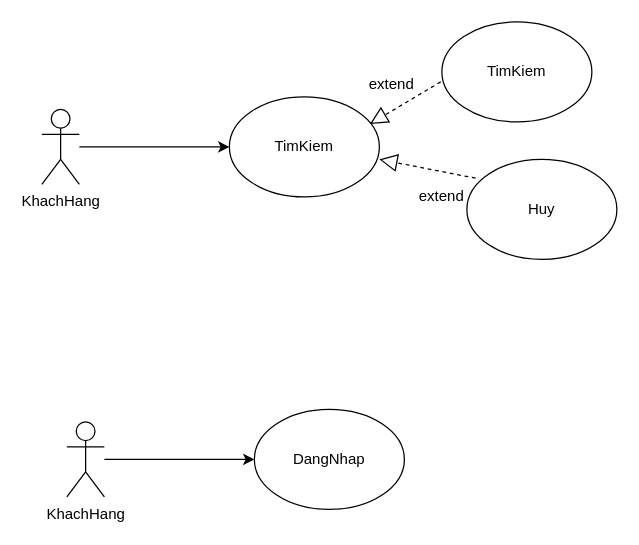
phamhieudev/BatDongSan keeps this draw.io diagram as page "timkiemuser" (3 of 19) of usecasetongquatbds.drawio. Above is the earlier version. Source tidied: cells renumbered, new cells numbered last; positions are measured from the earlier drawing's top-left corner, leaving out a move shared by most shapes. Both pictures are drawn from the tidied source at 125%, with x=0, y=0 at pixel (41, 21).
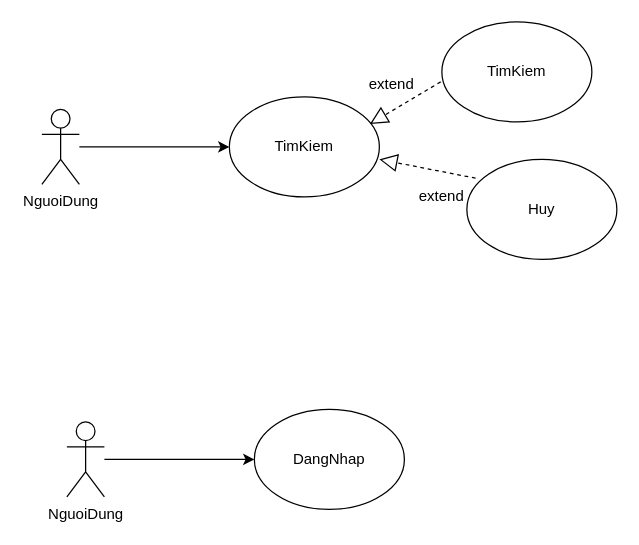
The same diagram, later.

Diff of the diagram source:
```diff
@@
 <mxGraphModel>
   <root>
     <mxCell id="0" />
     <mxCell id="1" parent="0" />
-    <mxCell id="2" value="KhachHang" style="shape=umlActor;verticalLabelPosition=bottom;verticalAlign=top;html=1;outlineConnect=0;" parent="1" vertex="1">
+    <mxCell id="2" value="NguoiDung" style="shape=umlActor;verticalLabelPosition=bottom;verticalAlign=top;html=1;outlineConnect=0;" parent="1" vertex="1">
       <mxGeometry y="70" width="30" height="60" as="geometry" />
     </mxCell>
     <mxCell id="3" value="TimKiem" style="ellipse;whiteSpace=wrap;html=1;" parent="1" vertex="1">
       <mxGeometry x="150" y="60" width="120" height="80" as="geometry" />
     </mxCell>
     <mxCell id="4" style="endArrow=classic;html=1;entryX=0;entryY=0.5;entryDx=0;entryDy=0;" parent="1" edge="1" source="2" target="3">
       <mxGeometry relative="1" as="geometry" />
     </mxCell>
     <mxCell id="5" value="TimKiem" style="ellipse;whiteSpace=wrap;html=1;" parent="1" vertex="1">
       <mxGeometry x="320" width="120" height="80" as="geometry" />
     </mxCell>
     <mxCell id="6" value="Huy" style="ellipse;whiteSpace=wrap;html=1;" parent="1" vertex="1">
       <mxGeometry x="340" y="110" width="120" height="80" as="geometry" />
     </mxCell>
     <mxCell id="7" style="endArrow=block;dashed=1;endFill=0;endSize=12;html=1;entryX=1;entryY=0;entryDx=0;entryDy=0;exitX=-0.008;exitY=0.6;exitDx=0;exitDy=0;exitPerimeter=0;" parent="1" edge="1" source="5">
       <mxGeometry relative="1" as="geometry">
         <mxPoint x="262.4" y="81.7" as="targetPoint" />
       </mxGeometry>
     </mxCell>
     <mxCell id="8" style="endArrow=block;dashed=1;endFill=0;endSize=12;html=1;entryX=1;entryY=0.625;entryDx=0;entryDy=0;exitX=0.058;exitY=0.188;exitDx=0;exitDy=0;exitPerimeter=0;entryPerimeter=0;" parent="1" edge="1" source="6" target="3">
       <mxGeometry relative="1" as="geometry" />
     </mxCell>
     <mxCell id="9" value="extend" style="text;html=1;strokeColor=none;fillColor=none;align=center;verticalAlign=middle;whiteSpace=wrap;rounded=0;" parent="1" vertex="1">
       <mxGeometry x="260" y="40" width="40" height="20" as="geometry" />
     </mxCell>
     <mxCell id="10" value="extend" style="text;html=1;strokeColor=none;fillColor=none;align=center;verticalAlign=middle;whiteSpace=wrap;rounded=0;" parent="1" vertex="1">
       <mxGeometry x="300" y="130" width="40" height="20" as="geometry" />
     </mxCell>
-    <mxCell id="11" value="KhachHang" style="shape=umlActor;verticalLabelPosition=bottom;verticalAlign=top;html=1;outlineConnect=0;" parent="1" vertex="1">
+    <mxCell id="11" value="NguoiDung" style="shape=umlActor;verticalLabelPosition=bottom;verticalAlign=top;html=1;outlineConnect=0;" parent="1" vertex="1">
       <mxGeometry x="20" y="320" width="30" height="60" as="geometry" />
     </mxCell>
     <mxCell id="12" value="DangNhap" style="ellipse;whiteSpace=wrap;html=1;" parent="1" vertex="1">
       <mxGeometry x="170" y="310" width="120" height="80" as="geometry" />
     </mxCell>
     <mxCell id="13" style="endArrow=classic;html=1;entryX=0;entryY=0.5;entryDx=0;entryDy=0;" parent="1" edge="1" source="11" target="12">
       <mxGeometry relative="1" as="geometry" />
     </mxCell>
   </root>
 </mxGraphModel>
```
